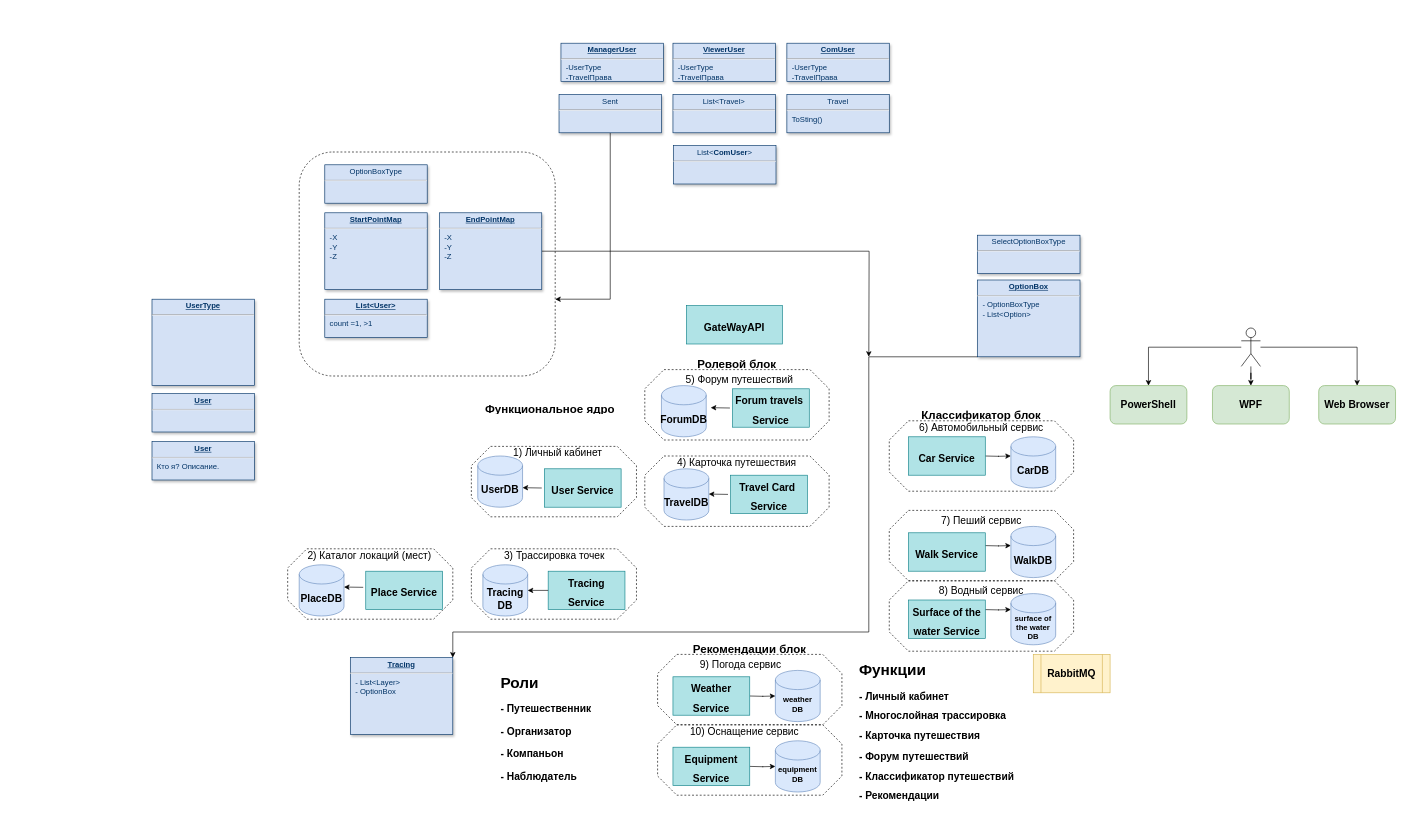
Earlier version of the draw.io diagram page "GeneralArchitecture" (7 of 7) of Team-Pragmatics-Otus.drawio (AATerekhov/Team-Pragmatics-Otus). Source tidied: cells renumbered, new cells numbered last; positions are measured from the earlier drawing's top-left corner, leaving out a move shared by most shapes. Both pictures are drawn from the tidied source at 64%, with x=0, y=0 at pixel (152, 43).
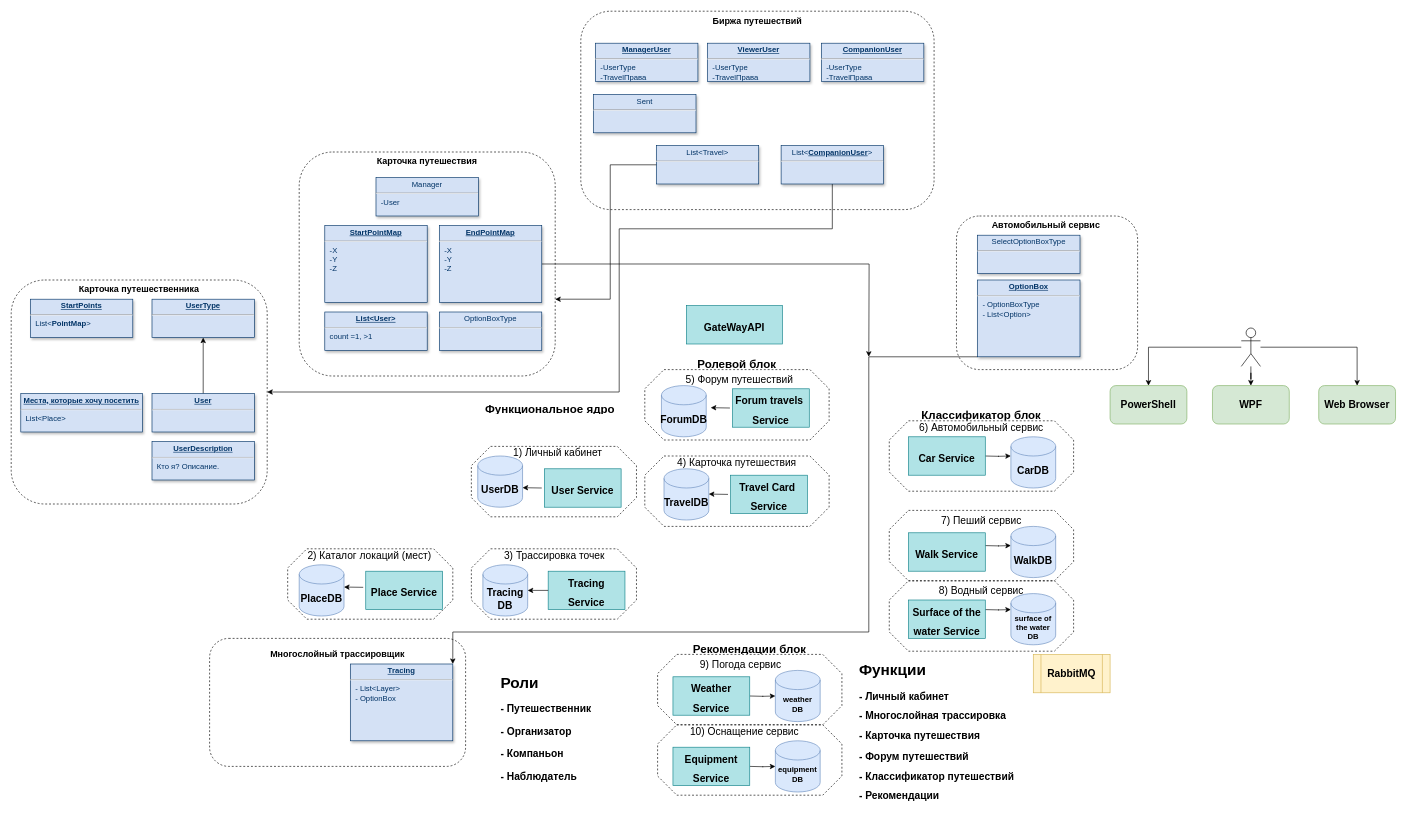
Above is the later version.

Commit message (it also covers changes not shown here):
Общая схема биржи путешествий.

The change refers to these unchanged cells:
```xml
<mxCell id="71" value="&lt;p style=&quot;margin: 0px; margin-top: 4px; text-align: center; text-decoration: underline;&quot;&gt;&lt;b&gt;User&lt;/b&gt;&lt;/p&gt;&lt;hr&gt;&lt;p style=&quot;margin: 0px; margin-left: 8px;&quot;&gt;&lt;br&gt;&lt;/p&gt;" style="verticalAlign=top;align=left;overflow=fill;fontSize=12;fontFamily=Helvetica;html=1;strokeColor=#003366;shadow=1;fillColor=#D4E1F5;fontColor=#003366;" parent="1" vertex="1">
  <mxGeometry y="547.5" width="160" height="60" as="geometry" />
</mxCell>
```

What changed in the source:
```diff
@@
+    <mxCell id="91" style="rounded=1;whiteSpace=wrap;html=1;fillColor=none;dashed=1;" parent="1" vertex="1">
+      <mxGeometry x="90" y="930" width="400" height="200" as="geometry" />
+    </mxCell>
+    <mxCell id="92" style="rounded=1;whiteSpace=wrap;html=1;fillColor=none;dashed=1;" parent="1" vertex="1">
+      <mxGeometry x="670" y="-50" width="552" height="310" as="geometry" />
+    </mxCell>
+    <mxCell id="90" style="rounded=1;whiteSpace=wrap;html=1;fillColor=none;dashed=1;" parent="1" vertex="1">
+      <mxGeometry x="230" y="170" width="400" height="350" as="geometry" />
+    </mxCell>
+    <mxCell id="93" style="edgeStyle=orthogonalEdgeStyle;rounded=0;jettySize=auto;html=1;exitX=0.5;exitY=1;exitDx=0;exitDy=0;entryX=1;entryY=0.5;entryDx=0;entryDy=0;" parent="1" edge="1" source="89" target="94">
+      <mxGeometry relative="1" as="geometry">
+        <Array as="points">
+          <mxPoint x="1063" y="290" />
+          <mxPoint x="730" y="290" />
+          <mxPoint x="730" y="545" />
+        </Array>
+      </mxGeometry>
+    </mxCell>
+    <mxCell id="94" style="rounded=1;whiteSpace=wrap;html=1;fillColor=none;dashed=1;" parent="1" vertex="1">
+      <mxGeometry x="-220" y="370" width="400" height="350" as="geometry" />
+    </mxCell>
@@
     <mxCell id="70" value="&lt;p style=&quot;margin: 4px 0px 0px; text-align: center;&quot;&gt;&lt;b&gt;&lt;u&gt;Tracing&lt;/u&gt;&lt;/b&gt;&lt;br&gt;&lt;/p&gt;&lt;hr&gt;&lt;p style=&quot;margin: 0px; margin-left: 8px;&quot;&gt;&lt;span style=&quot;background-color: initial;&quot;&gt;- List&amp;lt;Layer&amp;gt;&lt;/span&gt;&lt;br&gt;&lt;/p&gt;&lt;p style=&quot;margin: 0px; margin-left: 8px;&quot;&gt;- OptionBox&lt;span style=&quot;background-color: initial;&quot;&gt;&lt;br&gt;&lt;/span&gt;&lt;/p&gt;" style="verticalAlign=top;align=left;overflow=fill;fontSize=12;fontFamily=Helvetica;html=1;strokeColor=#003366;shadow=1;fillColor=#D4E1F5;fontColor=#003366;" parent="1" vertex="1">
-      <mxGeometry x="310" y="960" width="160" height="120" as="geometry" />
+      <mxGeometry x="310" y="970" width="160" height="120" as="geometry" />
     </mxCell>
+    <mxCell id="95" style="edgeStyle=orthogonalEdgeStyle;rounded=0;jettySize=auto;html=1;" parent="1" edge="1" source="71" target="81">
+      <mxGeometry relative="1" as="geometry" />
+    </mxCell>
@@
     <mxCell id="75" value="&lt;p style=&quot;margin: 0px; margin-top: 4px; text-align: center; text-decoration: underline;&quot;&gt;&lt;b&gt;EndPointMap&lt;/b&gt;&lt;/p&gt;&lt;hr&gt;&lt;p style=&quot;margin: 0px; margin-left: 8px;&quot;&gt;-X&lt;/p&gt;&lt;p style=&quot;margin: 0px; margin-left: 8px;&quot;&gt;-Y&lt;/p&gt;&lt;p style=&quot;margin: 0px; margin-left: 8px;&quot;&gt;-Z&lt;/p&gt;" style="verticalAlign=top;align=left;overflow=fill;fontSize=12;fontFamily=Helvetica;html=1;strokeColor=#003366;shadow=1;fillColor=#D4E1F5;fontColor=#003366;" parent="1" vertex="1">
-      <mxGeometry x="449" y="265" width="160" height="120" as="geometry" />
+      <mxGeometry x="449" y="285" width="160" height="120" as="geometry" />
     </mxCell>
     <mxCell id="76" value="&lt;p style=&quot;margin: 0px; margin-top: 4px; text-align: center; text-decoration: underline;&quot;&gt;&lt;b&gt;StartPointMap&lt;/b&gt;&lt;/p&gt;&lt;hr&gt;&lt;p style=&quot;margin: 0px; margin-left: 8px;&quot;&gt;-X&lt;/p&gt;&lt;p style=&quot;margin: 0px; margin-left: 8px;&quot;&gt;-Y&lt;/p&gt;&lt;p style=&quot;margin: 0px; margin-left: 8px;&quot;&gt;-Z&lt;/p&gt;" style="verticalAlign=top;align=left;overflow=fill;fontSize=12;fontFamily=Helvetica;html=1;strokeColor=#003366;shadow=1;fillColor=#D4E1F5;fontColor=#003366;" parent="1" vertex="1">
-      <mxGeometry x="270" y="265" width="160" height="120" as="geometry" />
+      <mxGeometry x="270" y="285" width="160" height="120" as="geometry" />
     </mxCell>
@@
     <mxCell id="78" value="&lt;p style=&quot;margin: 4px 0px 0px; text-align: center;&quot;&gt;&lt;span style=&quot;text-align: left;&quot;&gt;OptionBoxType&lt;/span&gt;&lt;br&gt;&lt;/p&gt;&lt;hr&gt;&lt;p style=&quot;margin: 0px; margin-left: 8px;&quot;&gt;&lt;br&gt;&lt;/p&gt;" style="verticalAlign=top;align=left;overflow=fill;fontSize=12;fontFamily=Helvetica;html=1;strokeColor=#003366;shadow=1;fillColor=#D4E1F5;fontColor=#003366;" parent="1" vertex="1">
-      <mxGeometry x="270" y="190" width="160" height="60" as="geometry" />
+      <mxGeometry x="449" y="420" width="160" height="60" as="geometry" />
     </mxCell>
     <mxCell id="79" value="&lt;p style=&quot;margin: 0px; margin-top: 4px; text-align: center; text-decoration: underline;&quot;&gt;&lt;b&gt;List&amp;lt;&lt;/b&gt;&lt;b style=&quot;background-color: initial;&quot;&gt;User&lt;/b&gt;&lt;b style=&quot;background-color: initial;&quot;&gt;&amp;gt;&lt;/b&gt;&lt;/p&gt;&lt;hr&gt;&lt;p style=&quot;margin: 0px; margin-left: 8px;&quot;&gt;count =1, &amp;gt;1&lt;/p&gt;" style="verticalAlign=top;align=left;overflow=fill;fontSize=12;fontFamily=Helvetica;html=1;strokeColor=#003366;shadow=1;fillColor=#D4E1F5;fontColor=#003366;" parent="1" vertex="1">
-      <mxGeometry x="270" y="400" width="160" height="60" as="geometry" />
+      <mxGeometry x="270" y="420" width="160" height="60" as="geometry" />
     </mxCell>
     <mxCell id="80" value="&lt;p style=&quot;margin: 0px; margin-top: 4px; text-align: center; text-decoration: underline;&quot;&gt;&lt;b&gt;ManagerUser&lt;/b&gt;&lt;/p&gt;&lt;hr&gt;&lt;p style=&quot;margin: 0px; margin-left: 8px;&quot;&gt;-UserType&lt;/p&gt;&lt;p style=&quot;margin: 0px; margin-left: 8px;&quot;&gt;-&lt;span style=&quot;text-align: center; background-color: initial;&quot;&gt;TravelПрава&lt;/span&gt;&lt;/p&gt;" style="verticalAlign=top;align=left;overflow=fill;fontSize=12;fontFamily=Helvetica;html=1;strokeColor=#003366;shadow=1;fillColor=#D4E1F5;fontColor=#003366;" parent="1" vertex="1">
-      <mxGeometry x="639" width="160" height="60" as="geometry" />
+      <mxGeometry x="693" width="160" height="60" as="geometry" />
     </mxCell>
     <mxCell id="81" value="&lt;p style=&quot;margin: 0px; margin-top: 4px; text-align: center; text-decoration: underline;&quot;&gt;&lt;b&gt;UserType&lt;/b&gt;&lt;/p&gt;&lt;hr&gt;&lt;p style=&quot;margin: 0px; margin-left: 8px;&quot;&gt;&lt;br&gt;&lt;/p&gt;" style="verticalAlign=top;align=left;overflow=fill;fontSize=12;fontFamily=Helvetica;html=1;strokeColor=#003366;shadow=1;fillColor=#D4E1F5;fontColor=#003366;" parent="1" vertex="1">
-      <mxGeometry y="400" width="160" height="135" as="geometry" />
+      <mxGeometry y="400" width="160" height="60" as="geometry" />
     </mxCell>
     <mxCell id="82" value="&lt;p style=&quot;margin: 0px; margin-top: 4px; text-align: center; text-decoration: underline;&quot;&gt;&lt;b&gt;ViewerUser&lt;/b&gt;&lt;/p&gt;&lt;hr&gt;&lt;p style=&quot;margin: 0px; margin-left: 8px;&quot;&gt;-UserType&lt;/p&gt;&lt;p style=&quot;margin: 0px; margin-left: 8px;&quot;&gt;-&lt;span style=&quot;text-align: center; background-color: initial;&quot;&gt;TravelПрава&lt;/span&gt;&lt;/p&gt;" style="verticalAlign=top;align=left;overflow=fill;fontSize=12;fontFamily=Helvetica;html=1;strokeColor=#003366;shadow=1;fillColor=#D4E1F5;fontColor=#003366;" parent="1" vertex="1">
-      <mxGeometry x="814" width="160" height="60" as="geometry" />
+      <mxGeometry x="868" width="160" height="60" as="geometry" />
     </mxCell>
-    <mxCell id="83" value="&lt;p style=&quot;margin: 0px; margin-top: 4px; text-align: center; text-decoration: underline;&quot;&gt;&lt;b&gt;ComUser&lt;/b&gt;&lt;/p&gt;&lt;hr&gt;&lt;p style=&quot;margin: 0px; margin-left: 8px;&quot;&gt;-UserType&lt;/p&gt;&lt;p style=&quot;margin: 0px; margin-left: 8px;&quot;&gt;-&lt;span style=&quot;text-align: center; background-color: initial;&quot;&gt;TravelПрава&lt;/span&gt;&lt;/p&gt;" style="verticalAlign=top;align=left;overflow=fill;fontSize=12;fontFamily=Helvetica;html=1;strokeColor=#003366;shadow=1;fillColor=#D4E1F5;fontColor=#003366;" parent="1" vertex="1">
-      <mxGeometry x="992" width="160" height="60" as="geometry" />
+    <mxCell id="83" value="&lt;p style=&quot;text-align: center; margin: 4px 0px 0px;&quot;&gt;&lt;span style=&quot;background-color: initial; text-align: left;&quot;&gt;&lt;b&gt;&lt;u&gt;Companion&lt;/u&gt;&lt;/b&gt;&lt;/span&gt;&lt;b style=&quot;text-decoration-line: underline;&quot;&gt;User&lt;/b&gt;&lt;/p&gt;&lt;hr&gt;&lt;p style=&quot;margin: 0px; margin-left: 8px;&quot;&gt;-UserType&lt;/p&gt;&lt;p style=&quot;margin: 0px; margin-left: 8px;&quot;&gt;-&lt;span style=&quot;text-align: center; background-color: initial;&quot;&gt;TravelПрава&lt;/span&gt;&lt;/p&gt;" style="verticalAlign=top;align=left;overflow=fill;fontSize=12;fontFamily=Helvetica;html=1;strokeColor=#003366;shadow=1;fillColor=#D4E1F5;fontColor=#003366;" parent="1" vertex="1">
+      <mxGeometry x="1046" width="160" height="60" as="geometry" />
     </mxCell>
     <mxCell id="84" value="&lt;p style=&quot;text-align: center; margin: 4px 0px 0px;&quot;&gt;List&amp;lt;Travel&amp;gt;&lt;/p&gt;&lt;hr&gt;&lt;p style=&quot;margin: 0px; margin-left: 8px;&quot;&gt;&lt;br&gt;&lt;/p&gt;" style="verticalAlign=top;align=left;overflow=fill;fontSize=12;fontFamily=Helvetica;html=1;strokeColor=#003366;shadow=1;fillColor=#D4E1F5;fontColor=#003366;" parent="1" vertex="1">
-      <mxGeometry x="814" y="80" width="160" height="60" as="geometry" />
+      <mxGeometry x="788" y="160" width="160" height="60" as="geometry" />
     </mxCell>
-    <mxCell id="85" value="&lt;p style=&quot;text-align: center; margin: 4px 0px 0px;&quot;&gt;Travel&lt;/p&gt;&lt;hr&gt;&lt;p style=&quot;margin: 0px; margin-left: 8px;&quot;&gt;ToSting()&lt;/p&gt;" style="verticalAlign=top;align=left;overflow=fill;fontSize=12;fontFamily=Helvetica;html=1;strokeColor=#003366;shadow=1;fillColor=#D4E1F5;fontColor=#003366;" parent="1" vertex="1">
-      <mxGeometry x="992" y="80" width="160" height="60" as="geometry" />
-    </mxCell>
-    <mxCell id="86" value="&lt;p style=&quot;margin: 0px; margin-top: 4px; text-align: center; text-decoration: underline;&quot;&gt;&lt;b&gt;User&lt;/b&gt;&lt;/p&gt;&lt;hr&gt;&lt;p style=&quot;margin: 0px; margin-left: 8px;&quot;&gt;Кто я? Описание.&lt;/p&gt;" style="verticalAlign=top;align=left;overflow=fill;fontSize=12;fontFamily=Helvetica;html=1;strokeColor=#003366;shadow=1;fillColor=#D4E1F5;fontColor=#003366;" parent="1" vertex="1">
+    <mxCell id="86" value="&lt;p style=&quot;margin: 0px; margin-top: 4px; text-align: center; text-decoration: underline;&quot;&gt;&lt;b&gt;UserDescription&lt;/b&gt;&lt;/p&gt;&lt;hr&gt;&lt;p style=&quot;margin: 0px; margin-left: 8px;&quot;&gt;Кто я? Описание.&lt;/p&gt;" style="verticalAlign=top;align=left;overflow=fill;fontSize=12;fontFamily=Helvetica;html=1;strokeColor=#003366;shadow=1;fillColor=#D4E1F5;fontColor=#003366;" parent="1" vertex="1">
       <mxGeometry y="622.5" width="160" height="60" as="geometry" />
     </mxCell>
-    <mxCell id="87" style="edgeStyle=orthogonalEdgeStyle;rounded=0;jettySize=auto;html=1;" parent="1" edge="1" source="88">
+    <mxCell id="87" style="edgeStyle=orthogonalEdgeStyle;rounded=0;jettySize=auto;html=1;" parent="1" edge="1" source="84">
       <mxGeometry relative="1" as="geometry">
         <mxPoint x="630" y="400" as="targetPoint" />
         <Array as="points">
+          <mxPoint x="716" y="190" />
           <mxPoint x="716" y="400" />
         </Array>
       </mxGeometry>
     </mxCell>
     <mxCell id="88" value="&lt;p style=&quot;text-align: center; margin: 4px 0px 0px;&quot;&gt;Sent&lt;/p&gt;&lt;hr&gt;&lt;p style=&quot;margin: 0px; margin-left: 8px;&quot;&gt;&lt;br&gt;&lt;/p&gt;" style="verticalAlign=top;align=left;overflow=fill;fontSize=12;fontFamily=Helvetica;html=1;strokeColor=#003366;shadow=1;fillColor=#D4E1F5;fontColor=#003366;" parent="1" vertex="1">
-      <mxGeometry x="636" y="80" width="160" height="60" as="geometry" />
+      <mxGeometry x="690" y="80" width="160" height="60" as="geometry" />
     </mxCell>
-    <mxCell id="89" value="&lt;p style=&quot;text-align: center; margin: 4px 0px 0px;&quot;&gt;List&amp;lt;&lt;b&gt;ComUser&lt;/b&gt;&amp;gt;&lt;/p&gt;&lt;hr&gt;&lt;p style=&quot;margin: 0px; margin-left: 8px;&quot;&gt;&lt;br&gt;&lt;/p&gt;" style="verticalAlign=top;align=left;overflow=fill;fontSize=12;fontFamily=Helvetica;html=1;strokeColor=#003366;shadow=1;fillColor=#D4E1F5;fontColor=#003366;" parent="1" vertex="1">
-      <mxGeometry x="815" y="160" width="160" height="60" as="geometry" />
+    <mxCell id="89" value="&lt;p style=&quot;text-align: center; margin: 4px 0px 0px;&quot;&gt;List&amp;lt;&lt;span style=&quot;background-color: initial; text-align: left;&quot;&gt;&lt;b&gt;&lt;u&gt;Companion&lt;/u&gt;&lt;/b&gt;&lt;/span&gt;&lt;b style=&quot;text-decoration-line: underline;&quot;&gt;User&lt;/b&gt;&amp;gt;&lt;/p&gt;&lt;hr&gt;&lt;p style=&quot;margin: 0px; margin-left: 8px;&quot;&gt;&lt;br&gt;&lt;/p&gt;" style="verticalAlign=top;align=left;overflow=fill;fontSize=12;fontFamily=Helvetica;html=1;strokeColor=#003366;shadow=1;fillColor=#D4E1F5;fontColor=#003366;" parent="1" vertex="1">
+      <mxGeometry x="983" y="160" width="160" height="60" as="geometry" />
     </mxCell>
-    <mxCell id="90" style="rounded=1;whiteSpace=wrap;html=1;fillColor=none;dashed=1;" parent="1" vertex="1">
-      <mxGeometry x="230" y="170" width="400" height="350" as="geometry" />
-    </mxCell>
+    <mxCell id="96" value="&lt;b&gt;&lt;font style=&quot;font-size: 14px;&quot;&gt;Карточка путешественника&lt;/font&gt;&lt;/b&gt;" style="text;html=1;align=center;verticalAlign=middle;whiteSpace=wrap;rounded=0;" parent="1" vertex="1">
+      <mxGeometry x="-160" y="370" width="280" height="30" as="geometry" />
+    </mxCell>
+    <mxCell id="97" value="&lt;b&gt;&lt;font style=&quot;font-size: 14px;&quot;&gt;Карточка путешествия&lt;/font&gt;&lt;/b&gt;" style="text;html=1;align=center;verticalAlign=middle;whiteSpace=wrap;rounded=0;" parent="1" vertex="1">
+      <mxGeometry x="290" y="170" width="280" height="30" as="geometry" />
+    </mxCell>
+    <mxCell id="98" value="&lt;p style=&quot;margin: 0px; margin-top: 4px; text-align: center; text-decoration: underline;&quot;&gt;&lt;b&gt;Места, которые хочу посетить&lt;/b&gt;&lt;/p&gt;&lt;hr&gt;&lt;p style=&quot;margin: 0px; margin-left: 8px;&quot;&gt;List&amp;lt;Place&amp;gt;&lt;/p&gt;" style="verticalAlign=top;align=left;overflow=fill;fontSize=12;fontFamily=Helvetica;html=1;strokeColor=#003366;shadow=1;fillColor=#D4E1F5;fontColor=#003366;" parent="1" vertex="1">
+      <mxGeometry x="-205" y="547.5" width="190" height="60" as="geometry" />
+    </mxCell>
+    <mxCell id="99" value="&lt;p style=&quot;margin: 0px; margin-top: 4px; text-align: center; text-decoration: underline;&quot;&gt;&lt;b&gt;StartPoints&lt;/b&gt;&lt;/p&gt;&lt;hr&gt;&lt;p style=&quot;margin: 0px; margin-left: 8px;&quot;&gt;List&amp;lt;&lt;b style=&quot;background-color: initial; text-align: center;&quot;&gt;PointMap&lt;/b&gt;&lt;span style=&quot;background-color: initial;&quot;&gt;&amp;gt;&lt;/span&gt;&lt;/p&gt;" style="verticalAlign=top;align=left;overflow=fill;fontSize=12;fontFamily=Helvetica;html=1;strokeColor=#003366;shadow=1;fillColor=#D4E1F5;fontColor=#003366;" parent="1" vertex="1">
+      <mxGeometry x="-190" y="400" width="160" height="60" as="geometry" />
+    </mxCell>
+    <mxCell id="100" value="&lt;p style=&quot;margin: 4px 0px 0px; text-align: center;&quot;&gt;&lt;span style=&quot;text-align: left;&quot;&gt;Manager&lt;/span&gt;&lt;br&gt;&lt;/p&gt;&lt;hr&gt;&lt;p style=&quot;margin: 0px; margin-left: 8px;&quot;&gt;-User&lt;/p&gt;" style="verticalAlign=top;align=left;overflow=fill;fontSize=12;fontFamily=Helvetica;html=1;strokeColor=#003366;shadow=1;fillColor=#D4E1F5;fontColor=#003366;" parent="1" vertex="1">
+      <mxGeometry x="350" y="210" width="160" height="60" as="geometry" />
+    </mxCell>
+    <mxCell id="101" value="&lt;b&gt;&lt;font style=&quot;font-size: 14px;&quot;&gt;Биржа путешествий&lt;/font&gt;&lt;/b&gt;" style="text;html=1;align=center;verticalAlign=middle;whiteSpace=wrap;rounded=0;" parent="1" vertex="1">
+      <mxGeometry x="806" y="-50" width="280" height="30" as="geometry" />
+    </mxCell>
+    <mxCell id="102" style="rounded=1;whiteSpace=wrap;html=1;fillColor=none;dashed=1;" parent="1" vertex="1">
+      <mxGeometry x="1257" y="270" width="283" height="240" as="geometry" />
+    </mxCell>
+    <mxCell id="103" value="&lt;span style=&quot;font-size: 14px;&quot;&gt;&lt;b&gt;Многослойный трассировщик&lt;/b&gt;&lt;/span&gt;" style="text;html=1;align=center;verticalAlign=middle;whiteSpace=wrap;rounded=0;" parent="1" vertex="1">
+      <mxGeometry x="150" y="940" width="280" height="30" as="geometry" />
+    </mxCell>
+    <mxCell id="104" value="&lt;span style=&quot;font-size: 14px;&quot;&gt;&lt;b&gt;Автомобильный сервис&lt;/b&gt;&lt;/span&gt;" style="text;html=1;align=center;verticalAlign=middle;whiteSpace=wrap;rounded=0;" parent="1" vertex="1">
+      <mxGeometry x="1257" y="270" width="280" height="30" as="geometry" />
+    </mxCell>
```
